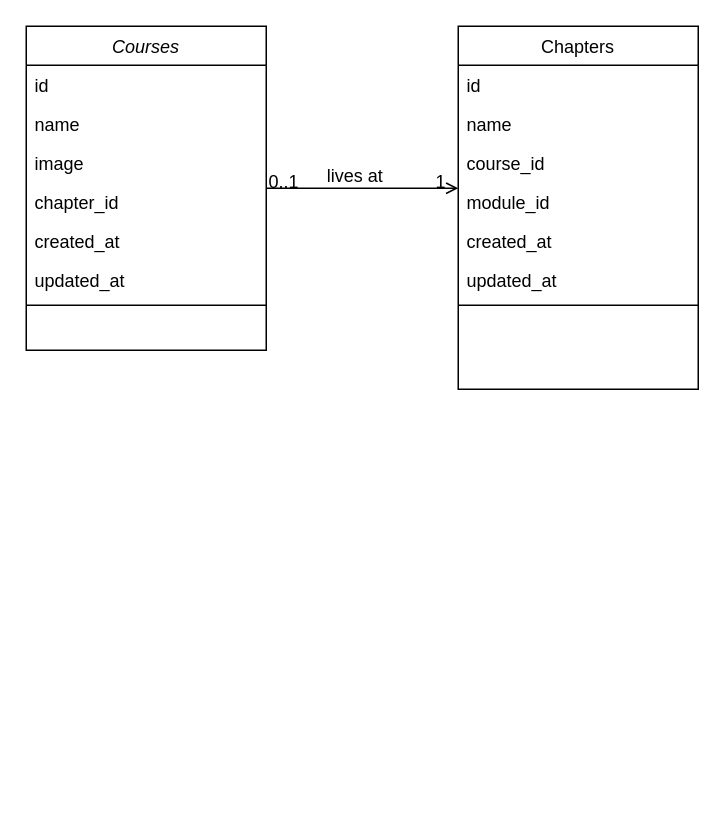
Above: database/drawdb/Untitled Diagram.drawio in nqv1710/elearning (draw.io), before the change. Source tidied: cells renumbered, new cells numbered last; positions are measured from the earlier drawing's top-left corner, leaving out a move shared by most shapes. Both pictures are drawn from the tidied source at 150%, with x=0, y=0 at pixel (26, 26).
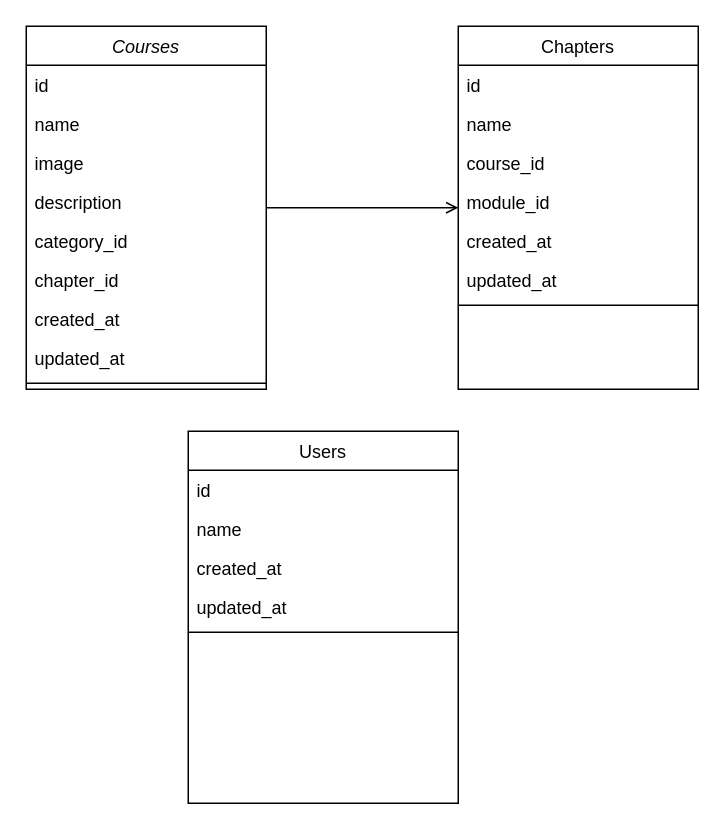
Above is the later version.

The change refers to these unchanged cells:
```xml
<mxCell id="18" style="endArrow=open;shadow=0;strokeWidth=1;rounded=0;endFill=1;edgeStyle=elbowEdgeStyle;elbow=vertical;" parent="1" edge="1" source="2" target="10">
  <mxGeometry x="0.5" y="41" relative="1" as="geometry">
    <mxPoint x="-40" y="32" as="offset" />
  </mxGeometry>
</mxCell>
```

Diff of the diagram source:
```diff
@@
     <mxCell id="2" value="Courses&#10;" style="swimlane;fontStyle=2;align=center;verticalAlign=top;horizontal=1;startSize=26;rounded=0;shadow=0;strokeWidth=1;" parent="1" vertex="1">
-      <mxGeometry width="160" height="216" as="geometry" />
+      <mxGeometry width="160" height="242" as="geometry" />
     </mxCell>
@@
+    <mxCell id="22" value="description" style="text;align=left;verticalAlign=top;spacingLeft=4;spacingRight=4;overflow=hidden;rounded=0;shadow=0;html=0;" parent="2" vertex="1">
+      <mxGeometry y="104" width="160" height="26" as="geometry" />
+    </mxCell>
+    <mxCell id="23" value="category_id" style="text;align=left;verticalAlign=top;spacingLeft=4;spacingRight=4;overflow=hidden;rounded=0;shadow=0;html=0;" parent="2" vertex="1">
+      <mxGeometry y="130" width="160" height="26" as="geometry" />
+    </mxCell>
     <mxCell id="6" value="chapter_id&#10;" style="text;align=left;verticalAlign=top;spacingLeft=4;spacingRight=4;overflow=hidden;rounded=0;shadow=0;html=0;" parent="2" vertex="1">
-      <mxGeometry y="104" width="160" height="26" as="geometry" />
+      <mxGeometry y="156" width="160" height="26" as="geometry" />
     </mxCell>
     <mxCell id="7" value="created_at" style="text;align=left;verticalAlign=top;spacingLeft=4;spacingRight=4;overflow=hidden;rounded=0;shadow=0;html=0;" parent="2" vertex="1">
-      <mxGeometry y="130" width="160" height="26" as="geometry" />
+      <mxGeometry y="182" width="160" height="26" as="geometry" />
     </mxCell>
     <mxCell id="8" value="updated_at&#10;" style="text;align=left;verticalAlign=top;spacingLeft=4;spacingRight=4;overflow=hidden;rounded=0;shadow=0;html=0;" parent="2" vertex="1">
-      <mxGeometry y="156" width="160" height="26" as="geometry" />
+      <mxGeometry y="208" width="160" height="26" as="geometry" />
     </mxCell>
     <mxCell id="9" style="line;html=1;strokeWidth=1;align=left;verticalAlign=middle;spacingTop=-1;spacingLeft=3;spacingRight=3;labelPosition=right;" parent="2" vertex="1">
-      <mxGeometry y="182" width="160" height="8" as="geometry" />
+      <mxGeometry y="234" width="160" height="8" as="geometry" />
     </mxCell>
@@
-    <mxCell id="19" value="0..1" style="align=left;verticalAlign=bottom;labelBackgroundColor=none;fontSize=12;" parent="18" vertex="1">
-      <mxGeometry x="-1" relative="1" as="geometry">
-        <mxPoint y="4" as="offset" />
-      </mxGeometry>
-    </mxCell>
-    <mxCell id="20" value="1" style="align=right;verticalAlign=bottom;labelBackgroundColor=none;fontSize=12;" parent="18" vertex="1">
-      <mxGeometry x="1" relative="1" as="geometry">
-        <mxPoint x="-7" y="4" as="offset" />
-      </mxGeometry>
-    </mxCell>
-    <mxCell id="21" value="lives at" style="text;html=1;align=center;verticalAlign=middle;labelBackgroundColor=none;rounded=0;shadow=0;strokeWidth=1;fontSize=12;" parent="18" vertex="1">
-      <mxGeometry x="0.5" y="49" relative="1" as="geometry">
-        <mxPoint x="-38" y="40" as="offset" />
-      </mxGeometry>
-    </mxCell>
+    <mxCell id="24" value="Users" style="swimlane;fontStyle=0;align=center;verticalAlign=top;horizontal=1;startSize=26;rounded=0;shadow=0;strokeWidth=1;" parent="1" vertex="1">
+      <mxGeometry x="108" y="270" width="180" height="248" as="geometry" />
+    </mxCell>
+    <mxCell id="25" value="id&#10;" style="text;align=left;verticalAlign=top;spacingLeft=4;spacingRight=4;overflow=hidden;" parent="24" vertex="1">
+      <mxGeometry y="26" width="180" height="26" as="geometry" />
+    </mxCell>
+    <mxCell id="26" value="name" style="text;align=left;verticalAlign=top;spacingLeft=4;spacingRight=4;overflow=hidden;rounded=0;shadow=0;html=0;" parent="24" vertex="1">
+      <mxGeometry y="52" width="180" height="26" as="geometry" />
+    </mxCell>
+    <mxCell id="27" value="created_at" style="text;align=left;verticalAlign=top;spacingLeft=4;spacingRight=4;overflow=hidden;rounded=0;shadow=0;html=0;" parent="24" vertex="1">
+      <mxGeometry y="78" width="180" height="26" as="geometry" />
+    </mxCell>
+    <mxCell id="28" value="updated_at" style="text;align=left;verticalAlign=top;spacingLeft=4;spacingRight=4;overflow=hidden;rounded=0;shadow=0;html=0;" parent="24" vertex="1">
+      <mxGeometry y="104" width="180" height="26" as="geometry" />
+    </mxCell>
+    <mxCell id="29" style="line;html=1;strokeWidth=1;align=left;verticalAlign=middle;spacingTop=-1;spacingLeft=3;spacingRight=3;labelPosition=right;" parent="24" vertex="1">
+      <mxGeometry y="130" width="180" height="8" as="geometry" />
+    </mxCell>
```
